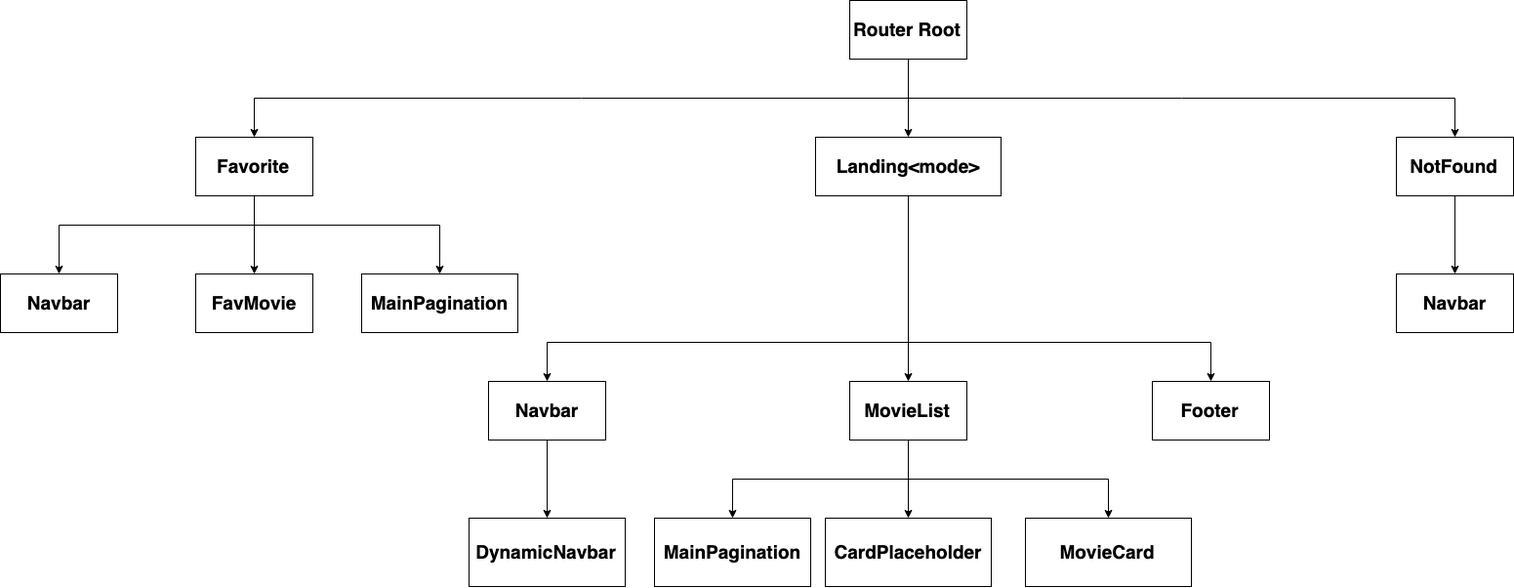
Before: client/component-structure.png, a diagram exported from draw.io (zebxu/dream-gallery). Source tidied: cells renumbered, new cells last; positions are measured from the earlier drawing's top-left corner, leaving out a move shared by most shapes. The source it was exported from:
```xml
<mxGraphModel>
  <root>
    <mxCell id="0" />
    <mxCell id="1" parent="0" />
    <mxCell id="2" style="edgeStyle=orthogonalEdgeStyle;rounded=0;jettySize=auto;html=1;fontSize=19;fontStyle=1;" parent="1" edge="1" source="3" target="7">
      <mxGeometry relative="1" as="geometry" />
    </mxCell>
    <mxCell id="3" value="Router Root" style="rounded=0;whiteSpace=wrap;html=1;fontSize=19;fontStyle=1;" parent="1" vertex="1">
      <mxGeometry x="870" width="120" height="60" as="geometry" />
    </mxCell>
    <mxCell id="4" style="edgeStyle=orthogonalEdgeStyle;rounded=0;jettySize=auto;html=1;entryX=0.5;entryY=0;entryDx=0;entryDy=0;fontSize=19;fontStyle=1;" parent="1" edge="1" target="25">
      <mxGeometry relative="1" as="geometry">
        <mxPoint x="930" y="100" as="sourcePoint" />
      </mxGeometry>
    </mxCell>
    <mxCell id="5" style="edgeStyle=orthogonalEdgeStyle;rounded=0;jettySize=auto;html=1;fontSize=19;fontStyle=1;" parent="1" edge="1" target="22">
      <mxGeometry relative="1" as="geometry">
        <mxPoint x="930" y="100" as="sourcePoint" />
      </mxGeometry>
    </mxCell>
    <mxCell id="6" style="edgeStyle=orthogonalEdgeStyle;rounded=0;jettySize=auto;html=1;fontSize=19;fontStyle=1;" parent="1" edge="1" source="7" target="11">
      <mxGeometry relative="1" as="geometry" />
    </mxCell>
    <mxCell id="7" value="Landing&amp;lt;mode&amp;gt;" style="rounded=0;whiteSpace=wrap;html=1;fontSize=19;fontStyle=1;" parent="1" vertex="1">
      <mxGeometry x="835" y="140" width="190" height="60" as="geometry" />
    </mxCell>
    <mxCell id="8" style="edgeStyle=orthogonalEdgeStyle;rounded=0;jettySize=auto;html=1;fontSize=19;fontStyle=1;" parent="1" edge="1" target="20">
      <mxGeometry relative="1" as="geometry">
        <mxPoint x="930" y="350" as="sourcePoint" />
      </mxGeometry>
    </mxCell>
    <mxCell id="9" style="edgeStyle=orthogonalEdgeStyle;rounded=0;jettySize=auto;html=1;fontSize=19;fontStyle=1;" parent="1" edge="1" target="18">
      <mxGeometry relative="1" as="geometry">
        <mxPoint x="930" y="350" as="sourcePoint" />
      </mxGeometry>
    </mxCell>
    <mxCell id="10" style="edgeStyle=orthogonalEdgeStyle;rounded=0;jettySize=auto;html=1;fontSize=19;fontStyle=1;" parent="1" edge="1" source="11" target="14">
      <mxGeometry relative="1" as="geometry" />
    </mxCell>
    <mxCell id="11" value="MovieList&lt;br style=&quot;font-size: 19px;&quot;&gt;" style="rounded=0;whiteSpace=wrap;html=1;fontSize=19;fontStyle=1;" parent="1" vertex="1">
      <mxGeometry x="870" y="390" width="120" height="60" as="geometry" />
    </mxCell>
    <mxCell id="12" style="edgeStyle=orthogonalEdgeStyle;rounded=0;jettySize=auto;html=1;fontSize=19;fontStyle=1;" parent="1" edge="1" target="16">
      <mxGeometry relative="1" as="geometry">
        <mxPoint x="930" y="490" as="sourcePoint" />
      </mxGeometry>
    </mxCell>
    <mxCell id="13" style="edgeStyle=orthogonalEdgeStyle;rounded=0;jettySize=auto;html=1;fontSize=19;fontStyle=1;" parent="1" edge="1" target="15">
      <mxGeometry relative="1" as="geometry">
        <mxPoint x="930" y="490" as="sourcePoint" />
      </mxGeometry>
    </mxCell>
    <mxCell id="14" value="CardPlaceholder&lt;br style=&quot;font-size: 19px;&quot;&gt;" style="rounded=0;whiteSpace=wrap;html=1;fontSize=19;fontStyle=1;" parent="1" vertex="1">
      <mxGeometry x="845" y="530" width="170" height="70" as="geometry" />
    </mxCell>
    <mxCell id="15" value="MovieCard&lt;br style=&quot;font-size: 19px;&quot;&gt;" style="rounded=0;whiteSpace=wrap;html=1;fontSize=19;fontStyle=1;" parent="1" vertex="1">
      <mxGeometry x="1050" y="530" width="170" height="70" as="geometry" />
    </mxCell>
    <mxCell id="16" value="MainPagination&lt;br style=&quot;font-size: 19px;&quot;&gt;" style="rounded=0;whiteSpace=wrap;html=1;fontSize=19;fontStyle=1;" parent="1" vertex="1">
      <mxGeometry x="670" y="530" width="160" height="70" as="geometry" />
    </mxCell>
    <mxCell id="17" style="edgeStyle=orthogonalEdgeStyle;rounded=0;jettySize=auto;html=1;fontSize=19;fontStyle=1;" parent="1" edge="1" source="18" target="19">
      <mxGeometry relative="1" as="geometry" />
    </mxCell>
    <mxCell id="18" value="Navbar&lt;br style=&quot;font-size: 19px;&quot;&gt;" style="rounded=0;whiteSpace=wrap;html=1;fontSize=19;fontStyle=1;" parent="1" vertex="1">
      <mxGeometry x="500" y="390" width="120" height="60" as="geometry" />
    </mxCell>
    <mxCell id="19" value="DynamicNavbar&lt;br style=&quot;font-size: 19px;&quot;&gt;" style="rounded=0;whiteSpace=wrap;html=1;fontSize=19;fontStyle=1;" parent="1" vertex="1">
      <mxGeometry x="480" y="530" width="160" height="70" as="geometry" />
    </mxCell>
    <mxCell id="20" value="Footer&lt;br style=&quot;font-size: 19px;&quot;&gt;" style="rounded=0;whiteSpace=wrap;html=1;fontSize=19;fontStyle=1;" parent="1" vertex="1">
      <mxGeometry x="1180" y="390" width="120" height="60" as="geometry" />
    </mxCell>
    <mxCell id="21" style="edgeStyle=orthogonalEdgeStyle;rounded=0;jettySize=auto;html=1;fontSize=19;fontStyle=1;" parent="1" edge="1" source="22" target="23">
      <mxGeometry relative="1" as="geometry" />
    </mxCell>
    <mxCell id="22" value="NotFound&lt;br style=&quot;font-size: 19px;&quot;&gt;" style="rounded=0;whiteSpace=wrap;html=1;fontSize=19;fontStyle=1;" parent="1" vertex="1">
      <mxGeometry x="1430" y="140" width="120" height="60" as="geometry" />
    </mxCell>
    <mxCell id="23" value="Navbar&lt;br style=&quot;font-size: 19px;&quot;&gt;" style="rounded=0;whiteSpace=wrap;html=1;fontSize=19;fontStyle=1;" parent="1" vertex="1">
      <mxGeometry x="1430" y="280" width="120" height="60" as="geometry" />
    </mxCell>
    <mxCell id="24" style="edgeStyle=orthogonalEdgeStyle;rounded=0;jettySize=auto;html=1;fontSize=19;fontStyle=1;" parent="1" edge="1" source="25" target="28">
      <mxGeometry relative="1" as="geometry" />
    </mxCell>
    <mxCell id="25" value="Favorite" style="rounded=0;whiteSpace=wrap;html=1;fontSize=19;fontStyle=1;" parent="1" vertex="1">
      <mxGeometry x="200" y="140" width="120" height="60" as="geometry" />
    </mxCell>
    <mxCell id="26" style="edgeStyle=orthogonalEdgeStyle;rounded=0;jettySize=auto;html=1;fontSize=19;fontStyle=1;" parent="1" edge="1" target="30">
      <mxGeometry relative="1" as="geometry">
        <mxPoint x="260" y="230" as="sourcePoint" />
      </mxGeometry>
    </mxCell>
    <mxCell id="27" style="edgeStyle=orthogonalEdgeStyle;rounded=0;jettySize=auto;html=1;fontSize=19;fontStyle=1;" parent="1" edge="1" target="29">
      <mxGeometry relative="1" as="geometry">
        <mxPoint x="260" y="230" as="sourcePoint" />
      </mxGeometry>
    </mxCell>
    <mxCell id="28" value="FavMovie" style="rounded=0;whiteSpace=wrap;html=1;fontSize=19;fontStyle=1;" parent="1" vertex="1">
      <mxGeometry x="200" y="280" width="120" height="60" as="geometry" />
    </mxCell>
    <mxCell id="29" value="MainPagination&lt;br style=&quot;font-size: 19px;&quot;&gt;" style="rounded=0;whiteSpace=wrap;html=1;fontSize=19;fontStyle=1;" parent="1" vertex="1">
      <mxGeometry x="370" y="280" width="160" height="60" as="geometry" />
    </mxCell>
    <mxCell id="30" value="Navbar" style="rounded=0;whiteSpace=wrap;html=1;fontSize=19;fontStyle=1;" parent="1" vertex="1">
      <mxGeometry y="280" width="120" height="60" as="geometry" />
    </mxCell>
  </root>
</mxGraphModel>
```
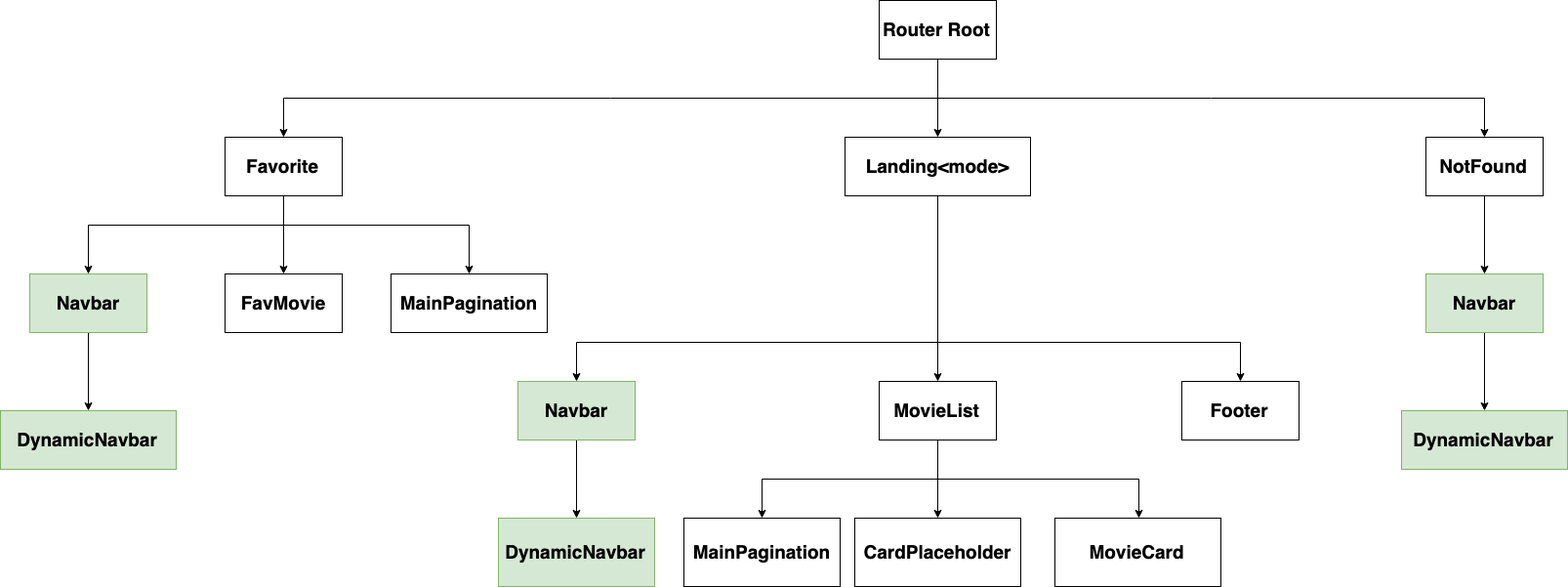
After the change.

Diff of the diagram source:
```diff
@@ -8,7 +8,7 @@
     <mxCell id="3" value="Router Root" style="rounded=0;whiteSpace=wrap;html=1;fontSize=19;fontStyle=1;" parent="1" vertex="1">
       <mxGeometry x="870" width="120" height="60" as="geometry" />
     </mxCell>
-    <mxCell id="4" style="edgeStyle=orthogonalEdgeStyle;rounded=0;jettySize=auto;html=1;entryX=0.5;entryY=0;entryDx=0;entryDy=0;fontSize=19;fontStyle=1;" parent="1" edge="1" target="25">
+    <mxCell id="4" style="edgeStyle=orthogonalEdgeStyle;rounded=0;jettySize=auto;html=1;entryX=0.5;entryY=0;entryDx=0;entryDy=0;fontSize=19;fontStyle=1;" parent="1" edge="1" target="27">
       <mxGeometry relative="1" as="geometry">
         <mxPoint x="930" y="100" as="sourcePoint" />
       </mxGeometry>
@@ -62,48 +62,60 @@
     <mxCell id="17" style="edgeStyle=orthogonalEdgeStyle;rounded=0;jettySize=auto;html=1;fontSize=19;fontStyle=1;" parent="1" edge="1" source="18" target="19">
       <mxGeometry relative="1" as="geometry" />
     </mxCell>
-    <mxCell id="18" value="Navbar&lt;br style=&quot;font-size: 19px;&quot;&gt;" style="rounded=0;whiteSpace=wrap;html=1;fontSize=19;fontStyle=1;" parent="1" vertex="1">
+    <mxCell id="18" value="Navbar&lt;br style=&quot;font-size: 19px;&quot;&gt;" style="rounded=0;whiteSpace=wrap;html=1;fontSize=19;fontStyle=1;fillColor=#d5e8d4;strokeColor=#82b366;" parent="1" vertex="1">
       <mxGeometry x="500" y="390" width="120" height="60" as="geometry" />
     </mxCell>
-    <mxCell id="19" value="DynamicNavbar&lt;br style=&quot;font-size: 19px;&quot;&gt;" style="rounded=0;whiteSpace=wrap;html=1;fontSize=19;fontStyle=1;" parent="1" vertex="1">
+    <mxCell id="19" value="DynamicNavbar&lt;br style=&quot;font-size: 19px;&quot;&gt;" style="rounded=0;whiteSpace=wrap;html=1;fontSize=19;fontStyle=1;fillColor=#d5e8d4;strokeColor=#82b366;" parent="1" vertex="1">
       <mxGeometry x="480" y="530" width="160" height="70" as="geometry" />
     </mxCell>
     <mxCell id="20" value="Footer&lt;br style=&quot;font-size: 19px;&quot;&gt;" style="rounded=0;whiteSpace=wrap;html=1;fontSize=19;fontStyle=1;" parent="1" vertex="1">
       <mxGeometry x="1180" y="390" width="120" height="60" as="geometry" />
     </mxCell>
-    <mxCell id="21" style="edgeStyle=orthogonalEdgeStyle;rounded=0;jettySize=auto;html=1;fontSize=19;fontStyle=1;" parent="1" edge="1" source="22" target="23">
+    <mxCell id="21" style="edgeStyle=orthogonalEdgeStyle;rounded=0;jettySize=auto;html=1;fontSize=19;fontStyle=1;" parent="1" edge="1" source="22" target="24">
       <mxGeometry relative="1" as="geometry" />
     </mxCell>
     <mxCell id="22" value="NotFound&lt;br style=&quot;font-size: 19px;&quot;&gt;" style="rounded=0;whiteSpace=wrap;html=1;fontSize=19;fontStyle=1;" parent="1" vertex="1">
       <mxGeometry x="1430" y="140" width="120" height="60" as="geometry" />
     </mxCell>
-    <mxCell id="23" value="Navbar&lt;br style=&quot;font-size: 19px;&quot;&gt;" style="rounded=0;whiteSpace=wrap;html=1;fontSize=19;fontStyle=1;" parent="1" vertex="1">
-      <mxGeometry x="1430" y="280" width="120" height="60" as="geometry" />
+    <mxCell id="23" style="edgeStyle=orthogonalEdgeStyle;rounded=0;jettySize=auto;html=1;" parent="1" edge="1" source="24" target="25">
+      <mxGeometry relative="1" as="geometry" />
     </mxCell>
-    <mxCell id="24" style="edgeStyle=orthogonalEdgeStyle;rounded=0;jettySize=auto;html=1;fontSize=19;fontStyle=1;" parent="1" edge="1" source="25" target="28">
-      <mxGeometry relative="1" as="geometry" />
+    <mxCell id="24" value="Navbar&lt;br style=&quot;font-size: 19px;&quot;&gt;" style="rounded=0;whiteSpace=wrap;html=1;fontSize=19;fontStyle=1;fillColor=#d5e8d4;strokeColor=#82b366;" parent="1" vertex="1">
+      <mxGeometry x="1430" y="280" width="120" height="60" as="geometry" />
     </mxCell>
-    <mxCell id="25" value="Favorite" style="rounded=0;whiteSpace=wrap;html=1;fontSize=19;fontStyle=1;" parent="1" vertex="1">
-      <mxGeometry x="200" y="140" width="120" height="60" as="geometry" />
+    <mxCell id="25" value="DynamicNavbar&lt;br style=&quot;font-size: 19px&quot;&gt;" style="rounded=0;whiteSpace=wrap;html=1;fontSize=19;fontStyle=1;fillColor=#d5e8d4;strokeColor=#82b366;" parent="1" vertex="1">
+      <mxGeometry x="1405" y="420" width="170" height="60" as="geometry" />
     </mxCell>
-    <mxCell id="26" style="edgeStyle=orthogonalEdgeStyle;rounded=0;jettySize=auto;html=1;fontSize=19;fontStyle=1;" parent="1" edge="1" target="30">
-      <mxGeometry relative="1" as="geometry">
-        <mxPoint x="260" y="230" as="sourcePoint" />
-      </mxGeometry>
+    <mxCell id="26" style="edgeStyle=orthogonalEdgeStyle;rounded=0;jettySize=auto;html=1;fontSize=19;fontStyle=1;" parent="1" edge="1" source="27" target="30">
+      <mxGeometry relative="1" as="geometry" />
     </mxCell>
-    <mxCell id="27" style="edgeStyle=orthogonalEdgeStyle;rounded=0;jettySize=auto;html=1;fontSize=19;fontStyle=1;" parent="1" edge="1" target="29">
-      <mxGeometry relative="1" as="geometry">
-        <mxPoint x="260" y="230" as="sourcePoint" />
-      </mxGeometry>
+    <mxCell id="27" value="Favorite" style="rounded=0;whiteSpace=wrap;html=1;fontSize=19;fontStyle=1;" parent="1" vertex="1">
+      <mxGeometry x="200" y="140" width="120" height="60" as="geometry" />
     </mxCell>
-    <mxCell id="28" value="FavMovie" style="rounded=0;whiteSpace=wrap;html=1;fontSize=19;fontStyle=1;" parent="1" vertex="1">
-      <mxGeometry x="200" y="280" width="120" height="60" as="geometry" />
+    <mxCell id="28" style="edgeStyle=orthogonalEdgeStyle;rounded=0;jettySize=auto;html=1;fontSize=19;fontStyle=1;" parent="1" edge="1" target="33">
+      <mxGeometry relative="1" as="geometry">
+        <mxPoint x="260" y="230" as="sourcePoint" />
+      </mxGeometry>
     </mxCell>
-    <mxCell id="29" value="MainPagination&lt;br style=&quot;font-size: 19px;&quot;&gt;" style="rounded=0;whiteSpace=wrap;html=1;fontSize=19;fontStyle=1;" parent="1" vertex="1">
-      <mxGeometry x="370" y="280" width="160" height="60" as="geometry" />
+    <mxCell id="29" style="edgeStyle=orthogonalEdgeStyle;rounded=0;jettySize=auto;html=1;fontSize=19;fontStyle=1;" parent="1" edge="1" target="31">
+      <mxGeometry relative="1" as="geometry">
+        <mxPoint x="260" y="230" as="sourcePoint" />
+      </mxGeometry>
     </mxCell>
-    <mxCell id="30" value="Navbar" style="rounded=0;whiteSpace=wrap;html=1;fontSize=19;fontStyle=1;" parent="1" vertex="1">
-      <mxGeometry y="280" width="120" height="60" as="geometry" />
+    <mxCell id="30" value="FavMovie" style="rounded=0;whiteSpace=wrap;html=1;fontSize=19;fontStyle=1;" parent="1" vertex="1">
+      <mxGeometry x="200" y="280" width="120" height="60" as="geometry" />
     </mxCell>
+    <mxCell id="31" value="MainPagination&lt;br style=&quot;font-size: 19px;&quot;&gt;" style="rounded=0;whiteSpace=wrap;html=1;fontSize=19;fontStyle=1;" parent="1" vertex="1">
+      <mxGeometry x="370" y="280" width="160" height="60" as="geometry" />
+    </mxCell>
+    <mxCell id="32" style="edgeStyle=orthogonalEdgeStyle;rounded=0;jettySize=auto;html=1;" parent="1" edge="1" source="33" target="34">
+      <mxGeometry relative="1" as="geometry" />
+    </mxCell>
+    <mxCell id="33" value="Navbar" style="rounded=0;whiteSpace=wrap;html=1;fontSize=19;fontStyle=1;fillColor=#d5e8d4;strokeColor=#82b366;" parent="1" vertex="1">
+      <mxGeometry y="280" width="120" height="60" as="geometry" />
+    </mxCell>
+    <mxCell id="34" value="DynamicNavbar" style="rounded=0;whiteSpace=wrap;html=1;fontSize=19;fontStyle=1;fillColor=#d5e8d4;strokeColor=#82b366;" parent="1" vertex="1">
+      <mxGeometry x="-30" y="420" width="180" height="60" as="geometry" />
+    </mxCell>
   </root>
 </mxGraphModel>
```
